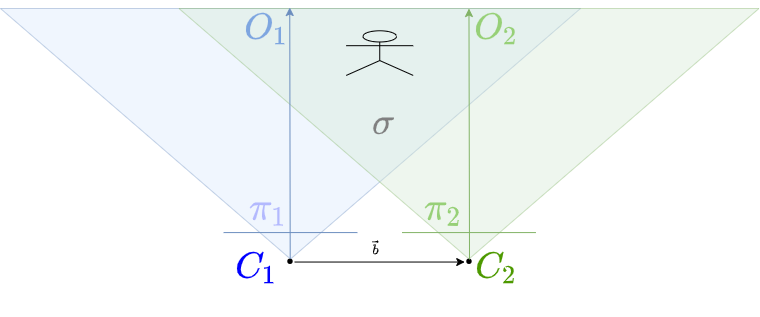
Above: graphics/stereopair.png in Myralllka/bachelor_thesis (draw.io), before the change. Source tidied: cells renumbered, new cells last; positions are measured from the earlier drawing's top-left corner, leaving out a move shared by most shapes. Its diagram source:
```xml
<mxGraphModel math="1">
  <root>
    <mxCell id="0" />
    <mxCell id="1" parent="0" />
    <mxCell id="2" value="&lt;font color=&quot;#9999ff&quot;&gt;&lt;span style=&quot;font-size: 32px ; background-color: rgb(255 , 255 , 255)&quot;&gt;$$\pi_1$$&lt;/span&gt;&lt;/font&gt;" style="text;html=1;strokeColor=none;fillColor=none;align=center;verticalAlign=middle;whiteSpace=wrap;rounded=0;fontSize=30;" parent="1" vertex="1">
      <mxGeometry x="224" y="170" width="90" height="60" as="geometry" />
    </mxCell>
    <mxCell id="3" style="triangle;whiteSpace=wrap;html=1;direction=south;fillColor=#dae8fc;strokeColor=#6c8ebf;opacity=40;" parent="1" vertex="1">
      <mxGeometry width="580" height="250.5" as="geometry" />
    </mxCell>
    <mxCell id="4" style="triangle;whiteSpace=wrap;html=1;direction=south;fillColor=#d5e8d4;strokeColor=#82b366;opacity=40;" parent="1" vertex="1">
      <mxGeometry x="178.5" width="580" height="250.5" as="geometry" />
    </mxCell>
    <mxCell id="5" value="&lt;pre&gt;&lt;b&gt;&lt;font style=&quot;font-size: 30px&quot;&gt;.&lt;/font&gt;&lt;/b&gt;&lt;/pre&gt;" style="text;html=1;strokeColor=none;fillColor=none;align=center;verticalAlign=middle;whiteSpace=wrap;rounded=0;" parent="1" vertex="1">
      <mxGeometry x="401.5" y="224.2" width="133.8" height="39.5" as="geometry" />
    </mxCell>
    <mxCell id="6" value="&lt;pre&gt;&lt;b&gt;&lt;font style=&quot;font-size: 30px&quot;&gt;.&lt;/font&gt;&lt;/b&gt;&lt;/pre&gt;" style="text;html=1;strokeColor=none;fillColor=none;align=center;verticalAlign=middle;whiteSpace=wrap;rounded=0;" parent="1" vertex="1">
      <mxGeometry x="223.1" y="224.2" width="133.8" height="39.5" as="geometry" />
    </mxCell>
    <mxCell id="7" value="&lt;font color=&quot;#0000ff&quot;&gt;$$C_1$$&lt;/font&gt;" style="text;html=1;strokeColor=none;fillColor=none;align=center;verticalAlign=middle;whiteSpace=wrap;rounded=0;fontSize=30;" parent="1" vertex="1">
      <mxGeometry x="190" y="239.5" width="133.8" height="39.5" as="geometry" />
    </mxCell>
    <mxCell id="8" value="&lt;font color=&quot;#4d9900&quot;&gt;$$C_2$$&lt;/font&gt;" style="text;html=1;strokeColor=none;fillColor=none;align=center;verticalAlign=middle;whiteSpace=wrap;rounded=0;fontSize=30;" parent="1" vertex="1">
      <mxGeometry x="430" y="239.5" width="133.8" height="39.5" as="geometry" />
    </mxCell>
    <mxCell id="9" style="endArrow=none;html=1;rounded=0;fontSize=30;fillColor=#d5e8d4;strokeColor=#82b366;" parent="1" edge="1">
      <mxGeometry relative="1" as="geometry">
        <mxPoint x="535.4" y="224.1" as="sourcePoint" />
        <mxPoint x="401.5" y="224.1" as="targetPoint" />
      </mxGeometry>
    </mxCell>
    <mxCell id="10" style="endArrow=none;html=1;rounded=0;fontSize=30;fillColor=#dae8fc;strokeColor=#6c8ebf;" parent="1" edge="1">
      <mxGeometry relative="1" as="geometry">
        <mxPoint x="356.9" y="224.1" as="sourcePoint" />
        <mxPoint x="223.1" y="224.1" as="targetPoint" />
      </mxGeometry>
    </mxCell>
    <mxCell id="11" style="shape=umlActor;verticalLabelPosition=bottom;verticalAlign=top;html=1;fontSize=30;fillColor=none;" parent="1" vertex="1">
      <mxGeometry x="345.8" y="22.3" width="66.9" height="44.6" as="geometry" />
    </mxCell>
    <mxCell id="12" style="endArrow=classic;html=1;rounded=0;fontSize=30;strokeWidth=1;" parent="1" edge="1">
      <mxGeometry relative="1" as="geometry">
        <mxPoint x="294.2" y="253.5" as="sourcePoint" />
        <mxPoint x="464.2" y="253.5" as="targetPoint" />
      </mxGeometry>
    </mxCell>
    <mxCell id="13" value="&lt;font color=&quot;#97d077&quot;&gt;&lt;span style=&quot;font-size: 32px&quot;&gt;$$\pi_2$$&lt;/span&gt;&lt;/font&gt;" style="text;html=1;strokeColor=none;fillColor=none;align=center;verticalAlign=middle;whiteSpace=wrap;rounded=0;fontSize=30;" parent="1" vertex="1">
      <mxGeometry x="398.5" y="170" width="90" height="60" as="geometry" />
    </mxCell>
    <mxCell id="14" value="&lt;span style=&quot;font-family: &amp;#34;arial&amp;#34; , sans-serif ; font-size: 32px ; text-align: left&quot;&gt;&lt;font color=&quot;#808080&quot;&gt;$$\sigma$$&lt;/font&gt;&lt;/span&gt;" style="text;html=1;strokeColor=none;fillColor=none;align=center;verticalAlign=middle;whiteSpace=wrap;rounded=0;labelBackgroundColor=none;fontSize=30;fontColor=#97D077;opacity=40;" parent="1" vertex="1">
      <mxGeometry x="352.7" y="100" width="60" height="30" as="geometry" />
    </mxCell>
    <mxCell id="15" value="&lt;font color=&quot;#000000&quot; style=&quot;font-size: 12px&quot;&gt;$$\vec{b}$$&lt;br&gt;&lt;/font&gt;" style="text;html=1;strokeColor=none;fillColor=none;align=center;verticalAlign=middle;whiteSpace=wrap;rounded=0;labelBackgroundColor=none;fontSize=32;fontColor=#0000FF;opacity=40;" parent="1" vertex="1">
      <mxGeometry x="280" y="224.2" width="190.8" height="70" as="geometry" />
    </mxCell>
    <mxCell id="16" style="endArrow=classic;html=1;rounded=0;fillColor=#d5e8d4;strokeColor=#82b366;entryX=0;entryY=0.5;entryDx=0;entryDy=0;" parent="1" edge="1" target="4">
      <mxGeometry relative="1" as="geometry">
        <mxPoint x="469" y="251" as="sourcePoint" />
      </mxGeometry>
    </mxCell>
    <mxCell id="17" style="endArrow=classic;html=1;rounded=0;fillColor=#dae8fc;strokeColor=#6c8ebf;entryX=-0.004;entryY=0.809;entryDx=0;entryDy=0;entryPerimeter=0;" parent="1" edge="1" target="4">
      <mxGeometry relative="1" as="geometry">
        <mxPoint x="289.7" y="250.5" as="sourcePoint" />
      </mxGeometry>
    </mxCell>
    <mxCell id="18" value="&lt;font color=&quot;#7ea6e0&quot;&gt;$$O_1$$&lt;/font&gt;" style="text;html=1;strokeColor=none;fillColor=none;align=center;verticalAlign=middle;whiteSpace=wrap;rounded=0;fontSize=30;" parent="1" vertex="1">
      <mxGeometry x="200" width="133.8" height="39.5" as="geometry" />
    </mxCell>
    <mxCell id="19" value="&lt;font color=&quot;#97d077&quot;&gt;$$O_2$$&lt;/font&gt;" style="text;html=1;strokeColor=none;fillColor=none;align=center;verticalAlign=middle;whiteSpace=wrap;rounded=0;fontSize=30;" parent="1" vertex="1">
      <mxGeometry x="430" width="133.8" height="39.5" as="geometry" />
    </mxCell>
  </root>
</mxGraphModel>
```
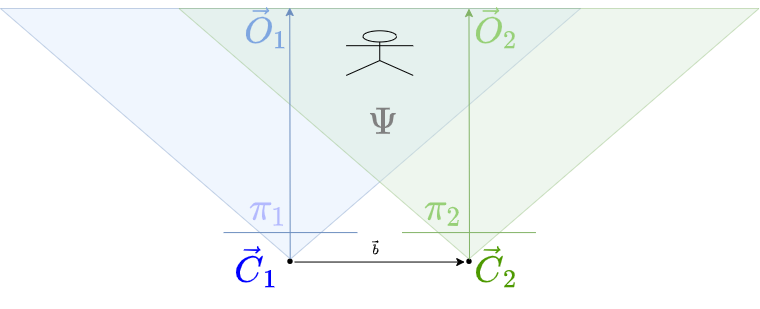
The same file after the commit.

Change to the diagram source:
```diff
@@ -17,10 +17,10 @@
     <mxCell id="6" value="&lt;pre&gt;&lt;b&gt;&lt;font style=&quot;font-size: 30px&quot;&gt;.&lt;/font&gt;&lt;/b&gt;&lt;/pre&gt;" style="text;html=1;strokeColor=none;fillColor=none;align=center;verticalAlign=middle;whiteSpace=wrap;rounded=0;" parent="1" vertex="1">
       <mxGeometry x="223.1" y="224.2" width="133.8" height="39.5" as="geometry" />
     </mxCell>
-    <mxCell id="7" value="&lt;font color=&quot;#0000ff&quot;&gt;$$C_1$$&lt;/font&gt;" style="text;html=1;strokeColor=none;fillColor=none;align=center;verticalAlign=middle;whiteSpace=wrap;rounded=0;fontSize=30;" parent="1" vertex="1">
+    <mxCell id="7" value="&lt;font color=&quot;#0000ff&quot;&gt;$$\vec{C}_1$$&lt;/font&gt;" style="text;html=1;strokeColor=none;fillColor=none;align=center;verticalAlign=middle;whiteSpace=wrap;rounded=0;fontSize=30;" parent="1" vertex="1">
       <mxGeometry x="190" y="239.5" width="133.8" height="39.5" as="geometry" />
     </mxCell>
-    <mxCell id="8" value="&lt;font color=&quot;#4d9900&quot;&gt;$$C_2$$&lt;/font&gt;" style="text;html=1;strokeColor=none;fillColor=none;align=center;verticalAlign=middle;whiteSpace=wrap;rounded=0;fontSize=30;" parent="1" vertex="1">
+    <mxCell id="8" value="&lt;font color=&quot;#4d9900&quot;&gt;$$\vec{C}_2$$&lt;/font&gt;" style="text;html=1;strokeColor=none;fillColor=none;align=center;verticalAlign=middle;whiteSpace=wrap;rounded=0;fontSize=30;" parent="1" vertex="1">
       <mxGeometry x="430" y="239.5" width="133.8" height="39.5" as="geometry" />
     </mxCell>
     <mxCell id="9" style="endArrow=none;html=1;rounded=0;fontSize=30;fillColor=#d5e8d4;strokeColor=#82b366;" parent="1" edge="1">
@@ -47,7 +47,7 @@
     <mxCell id="13" value="&lt;font color=&quot;#97d077&quot;&gt;&lt;span style=&quot;font-size: 32px&quot;&gt;$$\pi_2$$&lt;/span&gt;&lt;/font&gt;" style="text;html=1;strokeColor=none;fillColor=none;align=center;verticalAlign=middle;whiteSpace=wrap;rounded=0;fontSize=30;" parent="1" vertex="1">
       <mxGeometry x="398.5" y="170" width="90" height="60" as="geometry" />
     </mxCell>
-    <mxCell id="14" value="&lt;span style=&quot;font-family: &amp;#34;arial&amp;#34; , sans-serif ; font-size: 32px ; text-align: left&quot;&gt;&lt;font color=&quot;#808080&quot;&gt;$$\sigma$$&lt;/font&gt;&lt;/span&gt;" style="text;html=1;strokeColor=none;fillColor=none;align=center;verticalAlign=middle;whiteSpace=wrap;rounded=0;labelBackgroundColor=none;fontSize=30;fontColor=#97D077;opacity=40;" parent="1" vertex="1">
+    <mxCell id="14" value="&lt;span style=&quot;font-family: &amp;quot;arial&amp;quot; , sans-serif ; font-size: 32px ; text-align: left&quot;&gt;&lt;font color=&quot;#808080&quot;&gt;$$\Psi$$&lt;/font&gt;&lt;/span&gt;" style="text;html=1;strokeColor=none;fillColor=none;align=center;verticalAlign=middle;whiteSpace=wrap;rounded=0;labelBackgroundColor=none;fontSize=30;fontColor=#97D077;opacity=40;" parent="1" vertex="1">
       <mxGeometry x="352.7" y="100" width="60" height="30" as="geometry" />
     </mxCell>
     <mxCell id="15" value="&lt;font color=&quot;#000000&quot; style=&quot;font-size: 12px&quot;&gt;$$\vec{b}$$&lt;br&gt;&lt;/font&gt;" style="text;html=1;strokeColor=none;fillColor=none;align=center;verticalAlign=middle;whiteSpace=wrap;rounded=0;labelBackgroundColor=none;fontSize=32;fontColor=#0000FF;opacity=40;" parent="1" vertex="1">
@@ -63,10 +63,10 @@
         <mxPoint x="289.7" y="250.5" as="sourcePoint" />
       </mxGeometry>
     </mxCell>
-    <mxCell id="18" value="&lt;font color=&quot;#7ea6e0&quot;&gt;$$O_1$$&lt;/font&gt;" style="text;html=1;strokeColor=none;fillColor=none;align=center;verticalAlign=middle;whiteSpace=wrap;rounded=0;fontSize=30;" parent="1" vertex="1">
+    <mxCell id="18" value="&lt;font color=&quot;#7ea6e0&quot;&gt;$$\vec{O}_1$$&lt;/font&gt;" style="text;html=1;strokeColor=none;fillColor=none;align=center;verticalAlign=middle;whiteSpace=wrap;rounded=0;fontSize=30;" parent="1" vertex="1">
       <mxGeometry x="200" width="133.8" height="39.5" as="geometry" />
     </mxCell>
-    <mxCell id="19" value="&lt;font color=&quot;#97d077&quot;&gt;$$O_2$$&lt;/font&gt;" style="text;html=1;strokeColor=none;fillColor=none;align=center;verticalAlign=middle;whiteSpace=wrap;rounded=0;fontSize=30;" parent="1" vertex="1">
+    <mxCell id="19" value="&lt;font color=&quot;#97d077&quot;&gt;$$\vec{O}_2$$&lt;/font&gt;" style="text;html=1;strokeColor=none;fillColor=none;align=center;verticalAlign=middle;whiteSpace=wrap;rounded=0;fontSize=30;" parent="1" vertex="1">
       <mxGeometry x="430" width="133.8" height="39.5" as="geometry" />
     </mxCell>
   </root>
```
